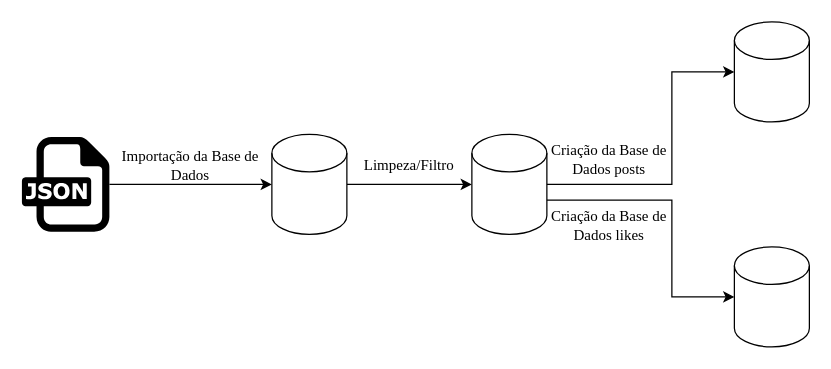
Above: diagramas/Diagrama dados.drawio in paulovitorss/analise_dados (draw.io), before the change. Source tidied: cells renumbered, new cells numbered last; positions are measured from the earlier drawing's top-left corner, leaving out a move shared by most shapes. Both pictures are drawn from the tidied source at 125%, with x=0, y=0 at pixel (21, 21).
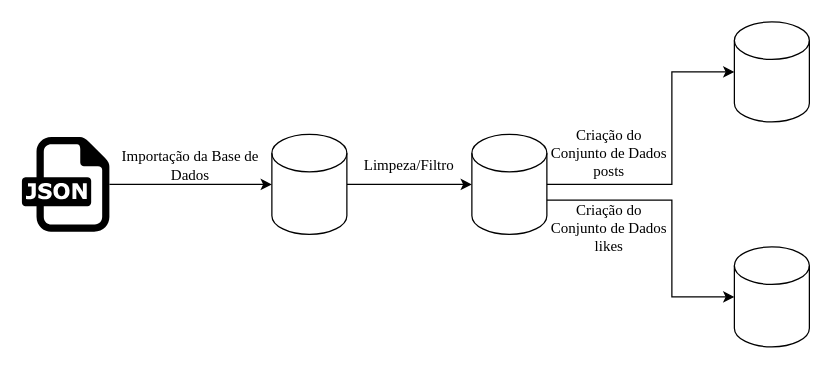
After the change.

Diff of the diagram source:
```diff
@@
 <mxGraphModel>
   <root>
     <mxCell id="0" />
     <mxCell id="1" parent="0" />
     <mxCell id="2" style="dashed=0;outlineConnect=0;html=1;align=center;labelPosition=center;verticalLabelPosition=bottom;verticalAlign=top;shape=mxgraph.weblogos.json;" parent="1" vertex="1">
       <mxGeometry y="92.1" width="70" height="75.8" as="geometry" />
     </mxCell>
     <mxCell id="3" value="&lt;font face=&quot;Times New Roman&quot;&gt;Importação da Base de Dados&lt;/font&gt;" style="text;strokeColor=none;align=center;fillColor=none;html=1;verticalAlign=middle;whiteSpace=wrap;rounded=0;" parent="1" vertex="1">
       <mxGeometry x="70" y="105" width="130" height="20" as="geometry" />
     </mxCell>
     <mxCell id="4" style="edgeStyle=orthogonalEdgeStyle;rounded=0;jettySize=auto;html=1;" parent="1" edge="1" source="5" target="7">
       <mxGeometry relative="1" as="geometry" />
     </mxCell>
     <mxCell id="5" style="shape=cylinder3;whiteSpace=wrap;html=1;boundedLbl=1;backgroundOutline=1;size=15;" parent="1" vertex="1">
       <mxGeometry x="200" y="90" width="60" height="80" as="geometry" />
     </mxCell>
     <mxCell id="6" style="endArrow=classic;html=1;rounded=0;entryX=0;entryY=0.5;entryDx=0;entryDy=0;entryPerimeter=0;" parent="1" edge="1" source="2" target="5">
       <mxGeometry relative="1" as="geometry" />
     </mxCell>
     <mxCell id="7" style="shape=cylinder3;whiteSpace=wrap;html=1;boundedLbl=1;backgroundOutline=1;size=15;" parent="1" vertex="1">
       <mxGeometry x="360" y="90" width="60" height="80" as="geometry" />
     </mxCell>
     <mxCell id="8" value="&lt;font face=&quot;Times New Roman&quot;&gt;Limpeza/Filtro&lt;/font&gt;" style="text;strokeColor=none;align=center;fillColor=none;html=1;verticalAlign=middle;whiteSpace=wrap;rounded=0;" parent="1" vertex="1">
       <mxGeometry x="260" y="110" width="100" height="10" as="geometry" />
     </mxCell>
     <mxCell id="9" style="shape=cylinder3;whiteSpace=wrap;html=1;boundedLbl=1;backgroundOutline=1;size=15;" parent="1" vertex="1">
       <mxGeometry x="570" y="180" width="60" height="80" as="geometry" />
     </mxCell>
     <mxCell id="10" style="shape=cylinder3;whiteSpace=wrap;html=1;boundedLbl=1;backgroundOutline=1;size=15;" parent="1" vertex="1">
       <mxGeometry x="570" width="60" height="80" as="geometry" />
     </mxCell>
     <mxCell id="11" style="edgeStyle=orthogonalEdgeStyle;rounded=0;jettySize=auto;html=1;entryX=0;entryY=0.5;entryDx=0;entryDy=0;entryPerimeter=0;exitX=1;exitY=0.5;exitDx=0;exitDy=0;exitPerimeter=0;" parent="1" edge="1" source="7" target="10">
       <mxGeometry relative="1" as="geometry">
         <Array as="points">
           <mxPoint x="520" y="130" />
           <mxPoint x="520" y="40" />
         </Array>
       </mxGeometry>
     </mxCell>
     <mxCell id="12" style="edgeStyle=orthogonalEdgeStyle;rounded=0;jettySize=auto;html=1;entryX=0;entryY=0.5;entryDx=0;entryDy=0;entryPerimeter=0;exitX=1;exitY=0;exitDx=0;exitDy=52.5;exitPerimeter=0;" parent="1" edge="1" source="7" target="9">
       <mxGeometry relative="1" as="geometry">
         <Array as="points">
           <mxPoint x="520" y="142" />
           <mxPoint x="520" y="220" />
         </Array>
       </mxGeometry>
     </mxCell>
-    <mxCell id="13" value="&lt;font face=&quot;Times New Roman&quot;&gt;Criação da Base de Dados posts&lt;/font&gt;" style="text;strokeColor=none;align=center;fillColor=none;html=1;verticalAlign=middle;whiteSpace=wrap;rounded=0;rotation=0;" parent="1" vertex="1">
-      <mxGeometry x="420" y="105" width="100" height="10" as="geometry" />
+    <mxCell id="13" value="&lt;font face=&quot;Times New Roman&quot;&gt;Criação do Conjunto de Dados posts&lt;/font&gt;" style="text;strokeColor=none;align=center;fillColor=none;html=1;verticalAlign=middle;whiteSpace=wrap;rounded=0;rotation=0;" parent="1" vertex="1">
+      <mxGeometry x="420" y="100" width="100" height="10" as="geometry" />
     </mxCell>
-    <mxCell id="14" value="&lt;font face=&quot;Times New Roman&quot;&gt;Criação da Base de Dados likes&lt;/font&gt;" style="text;strokeColor=none;align=center;fillColor=none;html=1;verticalAlign=middle;whiteSpace=wrap;rounded=0;rotation=0;" parent="1" vertex="1">
-      <mxGeometry x="420" y="157.9" width="100" height="10" as="geometry" />
+    <mxCell id="14" value="&lt;font face=&quot;Times New Roman&quot;&gt;Criação do Conjunto de Dados likes&lt;/font&gt;" style="text;strokeColor=none;align=center;fillColor=none;html=1;verticalAlign=middle;whiteSpace=wrap;rounded=0;rotation=0;" parent="1" vertex="1">
+      <mxGeometry x="420" y="160" width="100" height="10" as="geometry" />
     </mxCell>
   </root>
 </mxGraphModel>
```
